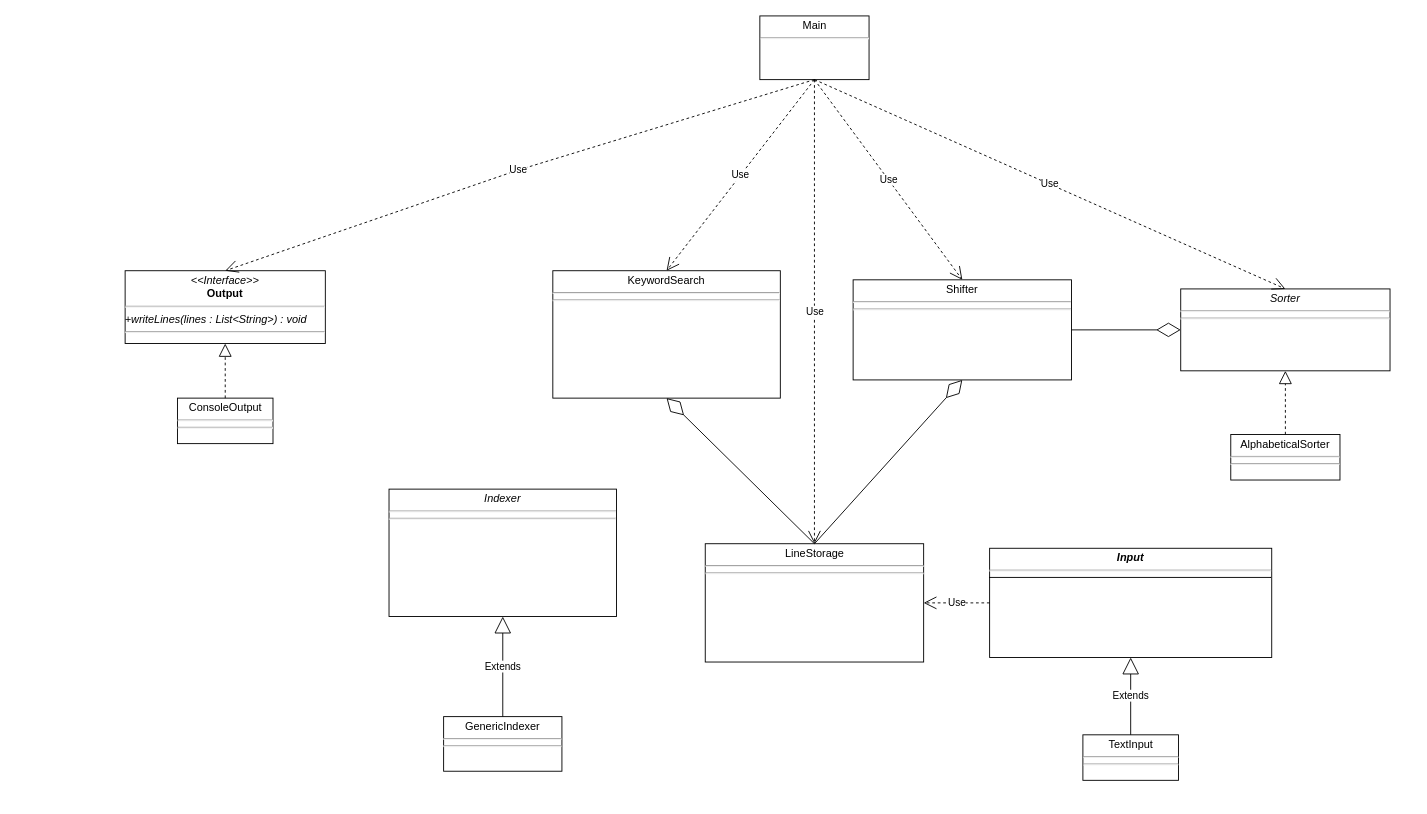
Above: Homework/Homework 1/SE 311 Homework 1 UML.drawio in dragon5201111/Drexel-University-SE-311-Software-Architecture-II (draw.io), before the change. Source tidied: cells renumbered, new cells numbered last; positions are measured from the earlier drawing's top-left corner, leaving out a move shared by most shapes. Both pictures are drawn from the tidied source at 91%, with x=0, y=0 at pixel (125, 15).
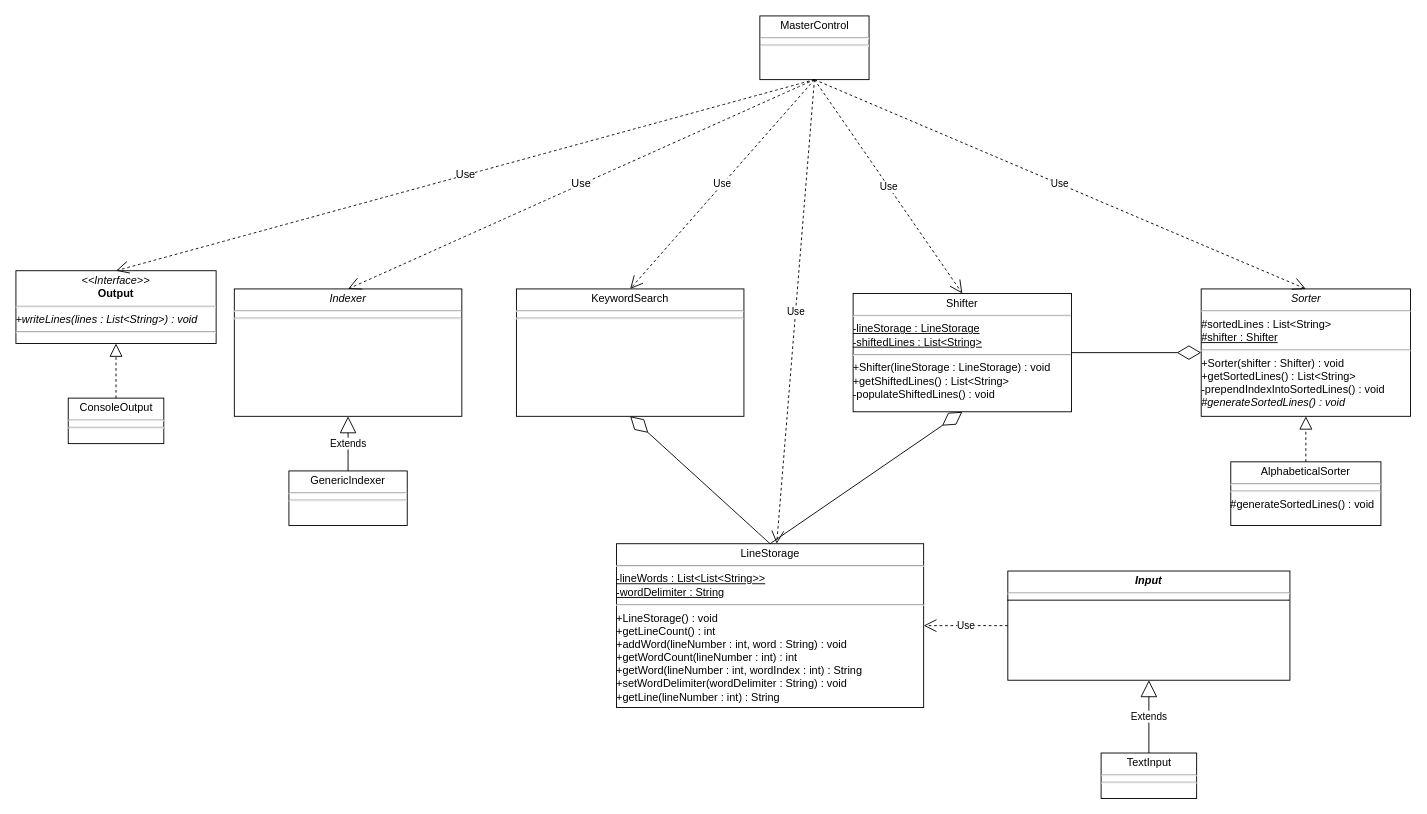
After the change.

Commit message (it also covers changes not shown here):
Continued on HW1 and UML.

Change to the diagram source:
```diff
@@
     <mxCell id="2" value="&lt;p style=&quot;margin:0px;margin-top:4px;text-align:center;&quot;&gt;&lt;b&gt;&lt;i&gt;Input&lt;/i&gt;&lt;/b&gt;&lt;/p&gt;&lt;hr&gt;&lt;hr size=&quot;1&quot; style=&quot;border-style:solid;&quot;&gt;&lt;div&gt;&lt;br&gt;&lt;/div&gt;&lt;div&gt;&lt;div&gt;&lt;br&gt;&lt;/div&gt;&lt;/div&gt;" style="verticalAlign=top;align=left;overflow=fill;html=1;whiteSpace=wrap;" parent="1" vertex="1">
-      <mxGeometry x="950" y="585" width="310" height="120" as="geometry" />
+      <mxGeometry x="970" y="610" width="310" height="120" as="geometry" />
     </mxCell>
     <mxCell id="3" value="&lt;p style=&quot;margin:0px;margin-top:4px;text-align:center;&quot;&gt;&lt;i&gt;&amp;lt;&amp;lt;Interface&amp;gt;&amp;gt;&lt;/i&gt;&lt;br&gt;&lt;b&gt;Output&lt;/b&gt;&lt;/p&gt;&lt;hr&gt;&lt;i&gt;+writeLines(lines : List&amp;lt;String&amp;gt;) : void&lt;br&gt;&lt;/i&gt;&lt;hr&gt;&lt;div&gt;&lt;br&gt;&lt;/div&gt;" style="verticalAlign=top;align=left;overflow=fill;html=1;whiteSpace=wrap;" parent="1" vertex="1">
-      <mxGeometry y="280" width="220" height="80" as="geometry" />
+      <mxGeometry x="-120" y="280" width="220" height="80" as="geometry" />
     </mxCell>
     <mxCell id="4" value="&lt;p style=&quot;margin:0px;margin-top:4px;text-align:center;&quot;&gt;TextInput&lt;/p&gt;&lt;hr&gt;&lt;hr&gt;" style="verticalAlign=top;align=left;overflow=fill;html=1;whiteSpace=wrap;" parent="1" vertex="1">
-      <mxGeometry x="1052.5" y="790" width="105" height="50" as="geometry" />
+      <mxGeometry x="1072.5" y="810" width="105" height="50" as="geometry" />
     </mxCell>
     <mxCell id="5" value="&lt;p style=&quot;margin:0px;margin-top:4px;text-align:center;&quot;&gt;ConsoleOutput&lt;/p&gt;&lt;hr&gt;&lt;hr&gt;" style="verticalAlign=top;align=left;overflow=fill;html=1;whiteSpace=wrap;" parent="1" vertex="1">
-      <mxGeometry x="57.5" y="420" width="105" height="50" as="geometry" />
+      <mxGeometry x="-62.5" y="420" width="105" height="50" as="geometry" />
     </mxCell>
-    <mxCell id="6" value="&lt;p style=&quot;margin:0px;margin-top:4px;text-align:center;&quot;&gt;&lt;i style=&quot;&quot;&gt;Sorter&lt;/i&gt;&lt;/p&gt;&lt;hr&gt;&lt;hr&gt;" style="verticalAlign=top;align=left;overflow=fill;html=1;whiteSpace=wrap;" parent="1" vertex="1">
-      <mxGeometry x="1160" y="300" width="230" height="90" as="geometry" />
+    <mxCell id="6" value="&lt;p style=&quot;margin:0px;margin-top:4px;text-align:center;&quot;&gt;&lt;i&gt;Sorter&lt;/i&gt;&lt;/p&gt;&lt;hr&gt;#sortedLines : List&amp;lt;String&amp;gt;&lt;div&gt;&lt;u&gt;#shifter : Shifter&lt;/u&gt;&lt;br&gt;&lt;hr&gt;+Sorter(shifter : Shifter) : void&lt;/div&gt;&lt;div&gt;+getSortedLines() : List&amp;lt;String&amp;gt;&lt;/div&gt;&lt;div&gt;-prependIndexIntoSortedLines() : void&lt;/div&gt;&lt;div&gt;&lt;i&gt;#generateSortedLines() : void&lt;/i&gt;&lt;/div&gt;" style="verticalAlign=top;align=left;overflow=fill;html=1;whiteSpace=wrap;" parent="1" vertex="1">
+      <mxGeometry x="1182.5" y="300" width="230" height="140" as="geometry" />
     </mxCell>
-    <mxCell id="7" value="&lt;p style=&quot;margin:0px;margin-top:4px;text-align:center;&quot;&gt;AlphabeticalSorter&lt;/p&gt;&lt;hr&gt;&lt;hr&gt;" style="verticalAlign=top;align=left;overflow=fill;html=1;whiteSpace=wrap;" parent="1" vertex="1">
-      <mxGeometry x="1215" y="460" width="120" height="50" as="geometry" />
+    <mxCell id="7" value="&lt;p style=&quot;margin:0px;margin-top:4px;text-align:center;&quot;&gt;AlphabeticalSorter&lt;/p&gt;&lt;hr&gt;&lt;hr&gt;#generateSortedLines() : void&lt;div&gt;&lt;br&gt;&lt;/div&gt;" style="verticalAlign=top;align=left;overflow=fill;html=1;whiteSpace=wrap;" parent="1" vertex="1">
+      <mxGeometry x="1215" y="490" width="165" height="70" as="geometry" />
     </mxCell>
@@
-    <mxCell id="9" value="&lt;p style=&quot;margin:0px;margin-top:4px;text-align:center;&quot;&gt;Shifter&lt;/p&gt;&lt;div&gt;&lt;hr&gt;&lt;hr&gt;&lt;/div&gt;" style="verticalAlign=top;align=left;overflow=fill;html=1;whiteSpace=wrap;" parent="1" vertex="1">
-      <mxGeometry x="800" y="290" width="240" height="110" as="geometry" />
+    <mxCell id="9" value="&lt;p style=&quot;margin:0px;margin-top:4px;text-align:center;&quot;&gt;Shifter&lt;/p&gt;&lt;div&gt;&lt;hr&gt;&lt;u&gt;-lineStorage : LineStorage&lt;/u&gt;&lt;/div&gt;&lt;div&gt;&lt;u&gt;-shiftedLines : List&amp;lt;String&amp;gt;&lt;br&gt;&lt;/u&gt;&lt;hr&gt;+Shifter(lineStorage : LineStorage) : void&lt;/div&gt;&lt;div&gt;+getShiftedLines() : List&amp;lt;String&amp;gt;&lt;/div&gt;&lt;div&gt;-populateShiftedLines() : void&lt;/div&gt;" style="verticalAlign=top;align=left;overflow=fill;html=1;whiteSpace=wrap;" parent="1" vertex="1">
+      <mxGeometry x="800" y="305" width="240" height="130" as="geometry" />
     </mxCell>
     <mxCell id="10" value="&lt;p style=&quot;margin:0px;margin-top:4px;text-align:center;&quot;&gt;KeywordSearch&lt;/p&gt;&lt;hr&gt;&lt;div&gt;&lt;hr&gt;&lt;br&gt;&lt;/div&gt;" style="verticalAlign=top;align=left;overflow=fill;html=1;whiteSpace=wrap;" parent="1" vertex="1">
-      <mxGeometry x="470" y="280" width="250" height="140" as="geometry" />
+      <mxGeometry x="430" y="300" width="250" height="140" as="geometry" />
     </mxCell>
-    <mxCell id="11" value="&lt;p style=&quot;margin:0px;margin-top:4px;text-align:center;&quot;&gt;LineStorage&lt;/p&gt;&lt;hr&gt;&lt;hr&gt;" style="verticalAlign=top;align=left;overflow=fill;html=1;whiteSpace=wrap;" parent="1" vertex="1">
-      <mxGeometry x="637.5" y="580" width="240" height="130" as="geometry" />
+    <mxCell id="11" value="&lt;p style=&quot;margin:0px;margin-top:4px;text-align:center;&quot;&gt;LineStorage&lt;/p&gt;&lt;hr&gt;&lt;u&gt;-lineWords : List&amp;lt;List&amp;lt;String&amp;gt;&amp;gt;&lt;/u&gt;&lt;div&gt;&lt;u&gt;-wordDelimiter : String&lt;/u&gt;&lt;br&gt;&lt;hr&gt;+LineStorage() : void&lt;/div&gt;&lt;div&gt;+getLineCount() : int&lt;/div&gt;&lt;div&gt;+addWord(lineNumber : int, word : String) : void&lt;/div&gt;&lt;div&gt;+getWordCount(lineNumber : int) : int&lt;/div&gt;&lt;div&gt;+getWord(lineNumber : int, wordIndex : int) : String&lt;/div&gt;&lt;div&gt;+setWordDelimiter(wordDelimiter : String) : void&lt;/div&gt;&lt;div&gt;+getLine(lineNumber : int) : String&lt;/div&gt;" style="verticalAlign=top;align=left;overflow=fill;html=1;whiteSpace=wrap;" parent="1" vertex="1">
+      <mxGeometry x="540" y="580" width="337.5" height="180" as="geometry" />
     </mxCell>
@@
-    <mxCell id="13" value="&lt;p style=&quot;margin:0px;margin-top:4px;text-align:center;&quot;&gt;Main&lt;/p&gt;&lt;hr&gt;" style="verticalAlign=top;align=left;overflow=fill;html=1;whiteSpace=wrap;" parent="1" vertex="1">
+    <mxCell id="13" value="&lt;p style=&quot;margin:0px;margin-top:4px;text-align:center;&quot;&gt;MasterControl&lt;/p&gt;&lt;hr&gt;&lt;hr&gt;" style="verticalAlign=top;align=left;overflow=fill;html=1;whiteSpace=wrap;" parent="1" vertex="1">
       <mxGeometry x="697.5" width="120" height="70" as="geometry" />
     </mxCell>
     <mxCell id="14" value="&lt;p style=&quot;margin:0px;margin-top:4px;text-align:center;&quot;&gt;&lt;i style=&quot;&quot;&gt;Indexer&lt;/i&gt;&lt;/p&gt;&lt;div&gt;&lt;hr&gt;&lt;hr&gt;&lt;/div&gt;" style="verticalAlign=top;align=left;overflow=fill;html=1;whiteSpace=wrap;" parent="1" vertex="1">
-      <mxGeometry x="290" y="520" width="250" height="140" as="geometry" />
+      <mxGeometry x="120" y="300" width="250" height="140" as="geometry" />
     </mxCell>
     <mxCell id="15" value="&lt;p style=&quot;margin:0px;margin-top:4px;text-align:center;&quot;&gt;GenericIndexer&lt;/p&gt;&lt;hr&gt;&lt;hr&gt;&lt;br&gt;&lt;div&gt;&lt;br&gt;&lt;/div&gt;" style="verticalAlign=top;align=left;overflow=fill;html=1;whiteSpace=wrap;" parent="1" vertex="1">
-      <mxGeometry x="350" y="770" width="130" height="60" as="geometry" />
+      <mxGeometry x="180" y="500" width="130" height="60" as="geometry" />
     </mxCell>
@@
-    <mxCell id="21" value="Use" style="endArrow=open;endSize=12;dashed=1;html=1;rounded=0;entryX=0.5;entryY=0;entryDx=0;entryDy=0;exitX=0.5;exitY=1;exitDx=0;exitDy=0;" parent="1" edge="1" source="13" target="3">
-      <mxGeometry relative="1" as="geometry">
-        <Array as="points">
-          <mxPoint x="430" y="170" />
-        </Array>
-      </mxGeometry>
-    </mxCell>
@@
+    <mxCell id="27" value="Use" style="endArrow=open;endSize=12;dashed=1;html=1;rounded=0;fontSize=12;curved=1;entryX=0.5;entryY=0;entryDx=0;entryDy=0;exitX=0.5;exitY=1;exitDx=0;exitDy=0;" parent="1" edge="1" source="13" target="14">
+      <mxGeometry relative="1" as="geometry" />
+    </mxCell>
+    <mxCell id="21" value="Use" style="endArrow=open;endSize=12;dashed=1;html=1;rounded=0;fontSize=12;curved=1;entryX=0.5;entryY=0;entryDx=0;entryDy=0;exitX=0.5;exitY=1;exitDx=0;exitDy=0;" parent="1" edge="1" source="13" target="3">
+      <mxGeometry relative="1" as="geometry" />
+    </mxCell>
+    <mxCell id="28" style="edgeStyle=none;curved=1;rounded=0;orthogonalLoop=1;jettySize=auto;html=1;exitX=0.5;exitY=0;exitDx=0;exitDy=0;fontSize=12;startSize=8;endSize=8;" parent="1" edge="1" source="15" target="15">
+      <mxGeometry relative="1" as="geometry" />
+    </mxCell>
-    <mxCell id="26" style="endArrow=diamondThin;endFill=0;endSize=24;html=1;rounded=0;entryX=0.5;entryY=1;entryDx=0;entryDy=0;exitX=0.5;exitY=0;exitDx=0;exitDy=0;" parent="1" edge="1" source="11" target="10">
+    <mxCell id="26" style="endArrow=diamondThin;endFill=0;endSize=24;html=1;rounded=0;fontSize=12;curved=1;entryX=0.5;entryY=1;entryDx=0;entryDy=0;exitX=0.5;exitY=0;exitDx=0;exitDy=0;" parent="1" edge="1" source="11" target="10">
       <mxGeometry relative="1" as="geometry" />
     </mxCell>
```
